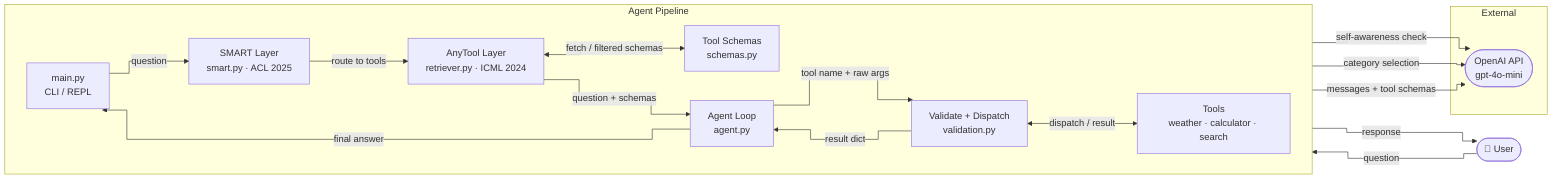
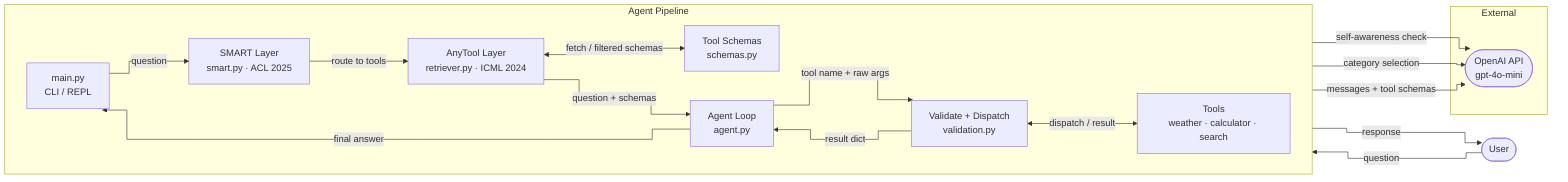
%%{init: {"flowchart": {"curve": "step"}} }%%
flowchart LR

    subgraph external["External"]
        openai(["OpenAI API\ngpt-4o-mini"])
    end

    subgraph pipeline["Agent Pipeline"]
        direction LR
        main["main.py\nCLI / REPL"]
        smart["SMART Layer\nsmart.py · ACL 2025"]
        retriever["AnyTool Layer\nretriever.py · ICML 2024"]
        schemas["Tool Schemas\nschemas.py"]
        agent["Agent Loop\nagent.py"]
        validation["Validate + Dispatch\nvalidation.py"]
        tools["Tools\nweather · calculator · search"]
    end

-     User(["👤 User"])
+     User(["User"])

    User -->|question| main
    main -->|question| smart
    smart -->|route to tools| retriever
    retriever <-->|fetch / filtered schemas| schemas
    retriever -->|question + schemas| agent
    agent -->|tool name + raw args| validation
    validation <-->|dispatch / result| tools
    validation -->|result dict| agent
    agent -->|final answer| main
    main -->|response| User

    smart -->|self-awareness check| openai
    retriever -->|category selection| openai
    agent -->|messages + tool schemas| openai
